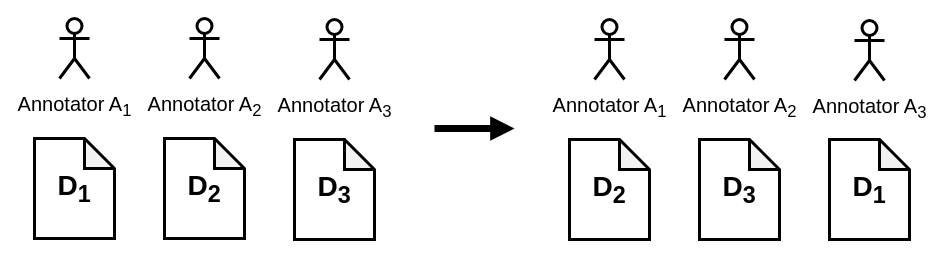
Before: fig3.drawio in viniciusrpb/drawio_flowcharts, a draw.io diagram. Source tidied: cells renumbered, new cells numbered last; positions are measured from the earlier drawing's top-left corner, leaving out a move shared by most shapes. Both pictures are drawn from the tidied source at 100%, with x=0, y=0 at pixel (34, 18).
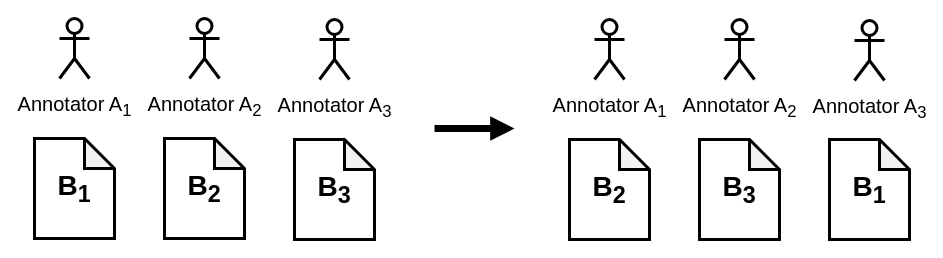
The same diagram, later.

The edit, as a diff of the source:
```diff
@@
 <mxGraphModel>
   <root>
     <mxCell id="0" />
     <mxCell id="1" parent="0" />
     <mxCell id="2" style="endArrow=block;html=1;rounded=0;strokeWidth=7;fontSize=28;endFill=1;" parent="1" edge="1">
       <mxGeometry relative="1" as="geometry">
         <mxPoint x="400" y="110" as="sourcePoint" />
         <mxPoint x="480" y="110" as="targetPoint" />
       </mxGeometry>
     </mxCell>
-    <mxCell id="3" value="&lt;font size=&quot;1&quot; style=&quot;&quot;&gt;&lt;b style=&quot;font-size: 28px;&quot;&gt;D&lt;sub&gt;1&lt;/sub&gt;&lt;/b&gt;&lt;/font&gt;" style="shape=note;whiteSpace=wrap;html=1;backgroundOutline=1;darkOpacity=0.05;strokeWidth=3;" parent="1" vertex="1">
+    <mxCell id="3" value="&lt;font size=&quot;1&quot; style=&quot;&quot;&gt;&lt;b style=&quot;font-size: 28px;&quot;&gt;B&lt;sub&gt;1&lt;/sub&gt;&lt;/b&gt;&lt;/font&gt;" style="shape=note;whiteSpace=wrap;html=1;backgroundOutline=1;darkOpacity=0.05;strokeWidth=3;" parent="1" vertex="1">
       <mxGeometry y="120" width="80" height="100" as="geometry" />
     </mxCell>
-    <mxCell id="4" value="&lt;font size=&quot;1&quot; style=&quot;&quot;&gt;&lt;b style=&quot;font-size: 28px;&quot;&gt;D&lt;sub&gt;2&lt;/sub&gt;&lt;/b&gt;&lt;/font&gt;" style="shape=note;whiteSpace=wrap;html=1;backgroundOutline=1;darkOpacity=0.05;strokeWidth=3;" parent="1" vertex="1">
-      <mxGeometry x="130" y="120" width="80" height="100" as="geometry" />
-    </mxCell>
     <mxCell id="5" style="edgeStyle=orthogonalEdgeStyle;rounded=0;orthogonalLoop=1;jettySize=auto;html=1;exitX=0.5;exitY=1;exitDx=0;exitDy=0;strokeWidth=3;fontSize=28;" parent="1" edge="1">
       <mxGeometry relative="1" as="geometry">
         <mxPoint x="90" y="180" as="sourcePoint" />
         <mxPoint x="90" y="180" as="targetPoint" />
       </mxGeometry>
     </mxCell>
     <mxCell id="6" value="&lt;font style=&quot;font-size: 20px;&quot;&gt;Annotator A&lt;sub&gt;1&lt;/sub&gt;&lt;/font&gt;" style="shape=umlActor;verticalLabelPosition=bottom;verticalAlign=top;html=1;strokeWidth=3;fontSize=28;" parent="1" vertex="1">
       <mxGeometry x="25" width="30" height="60" as="geometry" />
     </mxCell>
     <mxCell id="7" value="&lt;font style=&quot;font-size: 20px;&quot;&gt;Annotator A&lt;sub&gt;2&lt;/sub&gt;&lt;/font&gt;" style="shape=umlActor;verticalLabelPosition=bottom;verticalAlign=top;html=1;strokeWidth=3;fontSize=28;" parent="1" vertex="1">
       <mxGeometry x="155" width="30" height="60" as="geometry" />
     </mxCell>
-    <mxCell id="8" value="&lt;font size=&quot;1&quot; style=&quot;&quot;&gt;&lt;b style=&quot;font-size: 28px;&quot;&gt;D&lt;sub&gt;3&lt;/sub&gt;&lt;/b&gt;&lt;/font&gt;" style="shape=note;whiteSpace=wrap;html=1;backgroundOutline=1;darkOpacity=0.05;strokeWidth=3;" parent="1" vertex="1">
+    <mxCell id="8" value="&lt;font size=&quot;1&quot; style=&quot;&quot;&gt;&lt;b style=&quot;font-size: 28px;&quot;&gt;B&lt;sub&gt;3&lt;/sub&gt;&lt;/b&gt;&lt;/font&gt;" style="shape=note;whiteSpace=wrap;html=1;backgroundOutline=1;darkOpacity=0.05;strokeWidth=3;" parent="1" vertex="1">
       <mxGeometry x="260" y="121" width="80" height="100" as="geometry" />
     </mxCell>
     <mxCell id="9" style="edgeStyle=orthogonalEdgeStyle;rounded=0;orthogonalLoop=1;jettySize=auto;html=1;exitX=0.5;exitY=1;exitDx=0;exitDy=0;strokeWidth=3;fontSize=28;" parent="1" edge="1">
       <mxGeometry relative="1" as="geometry">
         <mxPoint x="230" y="181" as="sourcePoint" />
         <mxPoint x="230" y="181" as="targetPoint" />
       </mxGeometry>
     </mxCell>
     <mxCell id="10" value="&lt;font style=&quot;font-size: 20px;&quot;&gt;Annotator A&lt;sub&gt;3&lt;/sub&gt;&lt;/font&gt;" style="shape=umlActor;verticalLabelPosition=bottom;verticalAlign=top;html=1;strokeWidth=3;fontSize=28;" parent="1" vertex="1">
       <mxGeometry x="285" y="1" width="30" height="60" as="geometry" />
     </mxCell>
     <mxCell id="11" value="&lt;font style=&quot;font-size: 20px;&quot;&gt;Annotator A&lt;sub&gt;1&lt;/sub&gt;&lt;/font&gt;" style="shape=umlActor;verticalLabelPosition=bottom;verticalAlign=top;html=1;strokeWidth=3;fontSize=28;" parent="1" vertex="1">
       <mxGeometry x="560" y="1" width="30" height="60" as="geometry" />
     </mxCell>
     <mxCell id="12" value="&lt;font style=&quot;font-size: 20px;&quot;&gt;Annotator A&lt;sub&gt;2&lt;/sub&gt;&lt;/font&gt;" style="shape=umlActor;verticalLabelPosition=bottom;verticalAlign=top;html=1;strokeWidth=3;fontSize=28;" parent="1" vertex="1">
       <mxGeometry x="690" y="1" width="30" height="60" as="geometry" />
     </mxCell>
     <mxCell id="13" value="&lt;font style=&quot;font-size: 20px;&quot;&gt;Annotator A&lt;sub&gt;3&lt;/sub&gt;&lt;/font&gt;" style="shape=umlActor;verticalLabelPosition=bottom;verticalAlign=top;html=1;strokeWidth=3;fontSize=28;" parent="1" vertex="1">
       <mxGeometry x="820" y="2" width="30" height="60" as="geometry" />
     </mxCell>
-    <mxCell id="14" value="&lt;font size=&quot;1&quot; style=&quot;&quot;&gt;&lt;b style=&quot;font-size: 28px;&quot;&gt;D&lt;sub&gt;1&lt;/sub&gt;&lt;/b&gt;&lt;/font&gt;" style="shape=note;whiteSpace=wrap;html=1;backgroundOutline=1;darkOpacity=0.05;strokeWidth=3;" parent="1" vertex="1">
+    <mxCell id="14" value="&lt;font size=&quot;1&quot; style=&quot;&quot;&gt;&lt;b style=&quot;font-size: 28px;&quot;&gt;B&lt;sub&gt;1&lt;/sub&gt;&lt;/b&gt;&lt;/font&gt;" style="shape=note;whiteSpace=wrap;html=1;backgroundOutline=1;darkOpacity=0.05;strokeWidth=3;" parent="1" vertex="1">
       <mxGeometry x="795" y="121" width="80" height="100" as="geometry" />
     </mxCell>
-    <mxCell id="15" value="&lt;font size=&quot;1&quot; style=&quot;&quot;&gt;&lt;b style=&quot;font-size: 28px;&quot;&gt;D&lt;sub&gt;3&lt;/sub&gt;&lt;/b&gt;&lt;/font&gt;" style="shape=note;whiteSpace=wrap;html=1;backgroundOutline=1;darkOpacity=0.05;strokeWidth=3;" parent="1" vertex="1">
+    <mxCell id="15" value="&lt;font size=&quot;1&quot; style=&quot;&quot;&gt;&lt;b style=&quot;font-size: 28px;&quot;&gt;B&lt;sub&gt;3&lt;/sub&gt;&lt;/b&gt;&lt;/font&gt;" style="shape=note;whiteSpace=wrap;html=1;backgroundOutline=1;darkOpacity=0.05;strokeWidth=3;" parent="1" vertex="1">
       <mxGeometry x="665" y="121" width="80" height="100" as="geometry" />
     </mxCell>
-    <mxCell id="16" value="&lt;font size=&quot;1&quot; style=&quot;&quot;&gt;&lt;b style=&quot;font-size: 28px;&quot;&gt;D&lt;sub&gt;2&lt;/sub&gt;&lt;/b&gt;&lt;/font&gt;" style="shape=note;whiteSpace=wrap;html=1;backgroundOutline=1;darkOpacity=0.05;strokeWidth=3;" parent="1" vertex="1">
+    <mxCell id="16" value="&lt;font size=&quot;1&quot; style=&quot;&quot;&gt;&lt;b style=&quot;font-size: 28px;&quot;&gt;B&lt;sub&gt;2&lt;/sub&gt;&lt;/b&gt;&lt;/font&gt;" style="shape=note;whiteSpace=wrap;html=1;backgroundOutline=1;darkOpacity=0.05;strokeWidth=3;" parent="1" vertex="1">
       <mxGeometry x="535" y="121" width="80" height="100" as="geometry" />
     </mxCell>
+    <mxCell id="17" value="&lt;font size=&quot;1&quot; style=&quot;&quot;&gt;&lt;b style=&quot;font-size: 28px;&quot;&gt;B&lt;sub&gt;2&lt;/sub&gt;&lt;/b&gt;&lt;/font&gt;" style="shape=note;whiteSpace=wrap;html=1;backgroundOutline=1;darkOpacity=0.05;strokeWidth=3;" parent="1" vertex="1">
+      <mxGeometry x="130" y="120" width="80" height="100" as="geometry" />
+    </mxCell>
   </root>
 </mxGraphModel>
```
